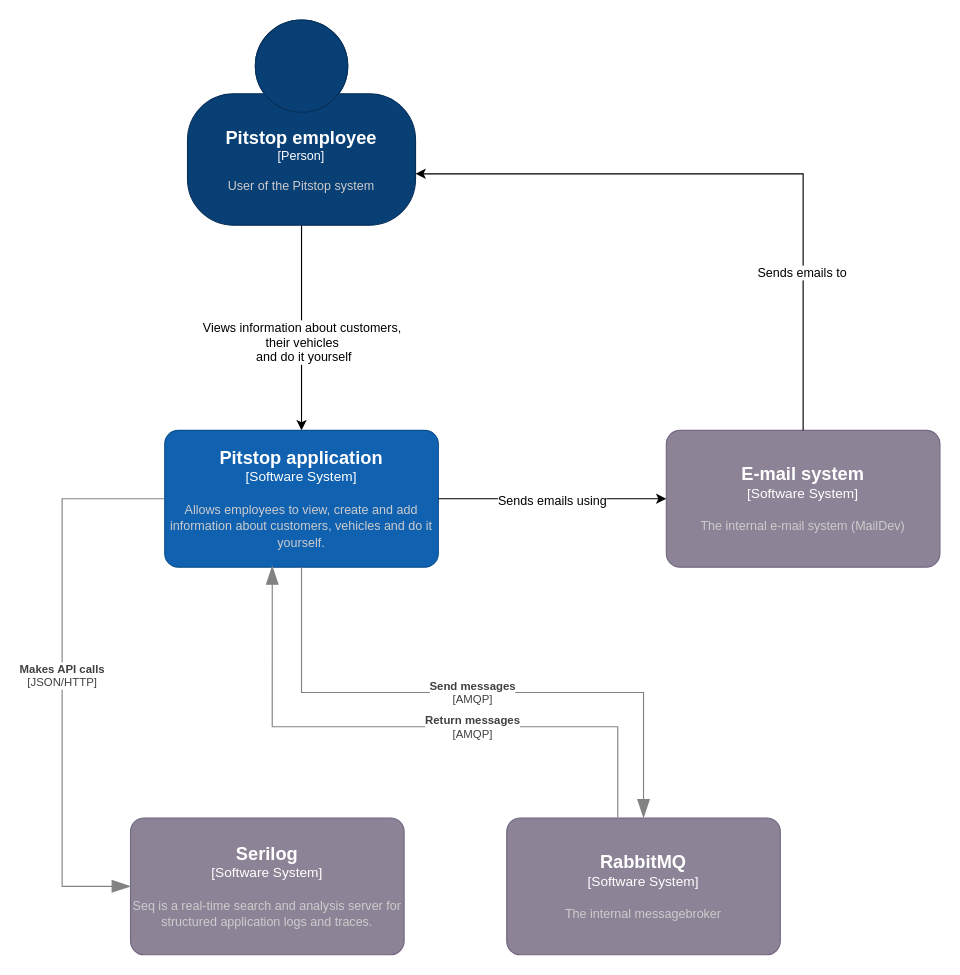
hanaim-devops/devops-bp-pitstop-uitbreiding-team-knoppert keeps this draw.io diagram as c4/c4-pitstop.drawio. Above is the earlier version. Source tidied: cells renumbered, new cells numbered last; positions are measured from the earlier drawing's top-left corner, leaving out a move shared by most shapes. Both pictures are drawn from the tidied source at 114%, with x=0, y=0 at pixel (62, 19).
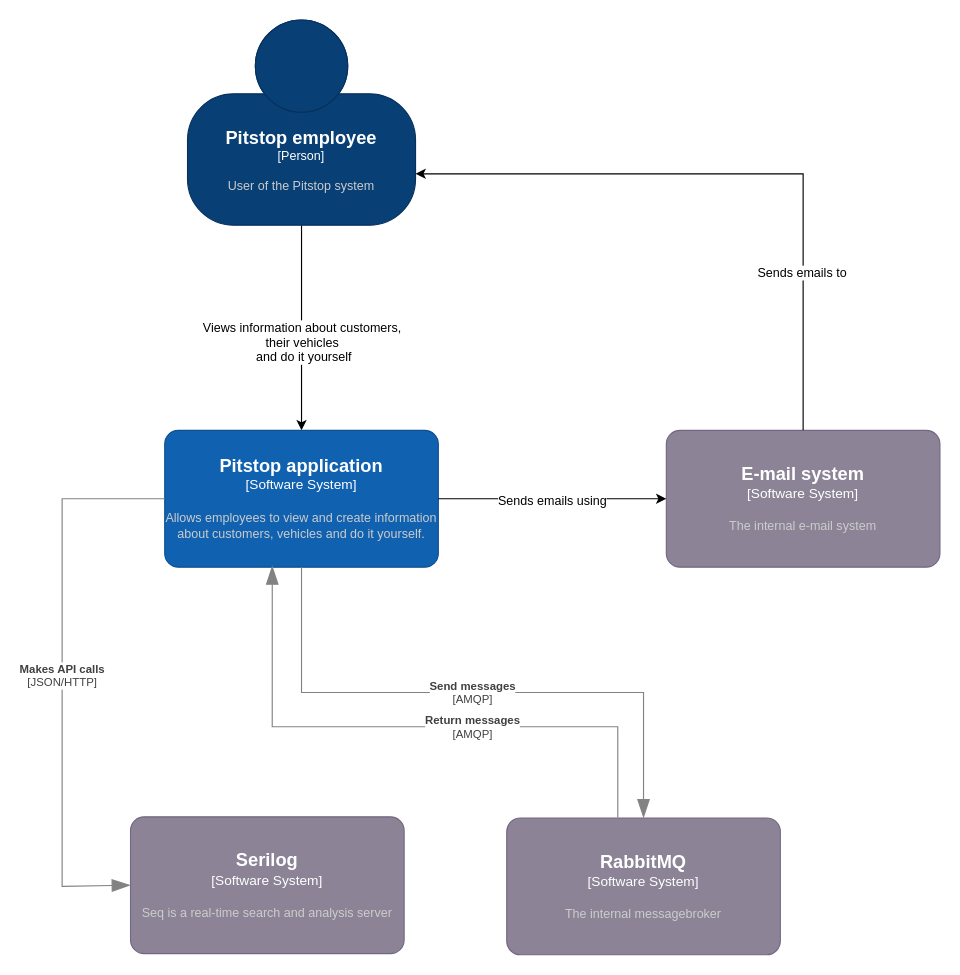
Above is the later version.

The edit, as a diff of the source:
```diff
@@
-    <object id="5" label="&lt;font style=&quot;font-size: 16px&quot;&gt;&lt;b&gt;%c4Name%&lt;/b&gt;&lt;/font&gt;&lt;div&gt;[%c4Type%]&lt;/div&gt;&lt;br&gt;&lt;div&gt;&lt;font style=&quot;font-size: 11px&quot;&gt;&lt;font color=&quot;#cccccc&quot;&gt;%c4Description%&lt;/font&gt;&lt;/div&gt;" c4Description="The internal e-mail system (MailDev)" c4Name="E-mail system" c4Type="Software System" placeholders="1">
+    <object id="5" label="&lt;font style=&quot;font-size: 16px&quot;&gt;&lt;b&gt;%c4Name%&lt;/b&gt;&lt;/font&gt;&lt;div&gt;[%c4Type%]&lt;/div&gt;&lt;br&gt;&lt;div&gt;&lt;font style=&quot;font-size: 11px&quot;&gt;&lt;font color=&quot;#cccccc&quot;&gt;%c4Description%&lt;/font&gt;&lt;/div&gt;" c4Description="The internal e-mail system" c4Name="E-mail system" c4Type="Software System" placeholders="1">
       <mxCell style="rounded=1;whiteSpace=wrap;html=1;labelBackgroundColor=none;fillColor=#8C8496;fontColor=#ffffff;align=center;arcSize=10;strokeColor=#736782;points=[[0.25,0,0],[0.5,0,0],[0.75,0,0],[1,0.25,0],[1,0.5,0],[1,0.75,0],[0.75,1,0],[0.5,1,0],[0.25,1,0],[0,0.75,0],[0,0.5,0],[0,0.25,0]];" parent="1" vertex="1">
         <mxGeometry x="530" y="360" width="240" height="120" as="geometry" />
       </mxCell>
     </object>
-    <object id="6" label="&lt;font style=&quot;font-size: 16px&quot;&gt;&lt;b&gt;%c4Name%&lt;/b&gt;&lt;/font&gt;&lt;div&gt;[%c4Type%]&lt;/div&gt;&lt;br&gt;&lt;div&gt;&lt;font style=&quot;font-size: 11px&quot;&gt;&lt;font color=&quot;#cccccc&quot;&gt;%c4Description%&lt;/font&gt;&lt;/div&gt;" c4Description="Allows employees to view, create and add information about customers, vehicles and do it yourself." c4Name="Pitstop application" c4Type="Software System" placeholders="1">
+    <object id="6" label="&lt;font style=&quot;font-size: 16px&quot;&gt;&lt;b&gt;%c4Name%&lt;/b&gt;&lt;/font&gt;&lt;div&gt;[%c4Type%]&lt;/div&gt;&lt;br&gt;&lt;div&gt;&lt;font style=&quot;font-size: 11px&quot;&gt;&lt;font color=&quot;#cccccc&quot;&gt;%c4Description%&lt;/font&gt;&lt;/div&gt;" c4Description="Allows employees to view and create  information about customers, vehicles and do it yourself." c4Name="Pitstop application" c4Type="Software System" placeholders="1">
       <mxCell style="rounded=1;whiteSpace=wrap;html=1;labelBackgroundColor=none;fillColor=#1061B0;fontColor=#ffffff;align=center;arcSize=10;strokeColor=#0D5091;points=[[0.25,0,0],[0.5,0,0],[0.75,0,0],[1,0.25,0],[1,0.5,0],[1,0.75,0],[0.75,1,0],[0.5,1,0],[0.25,1,0],[0,0.75,0],[0,0.5,0],[0,0.25,0]];" parent="1" vertex="1">
         <mxGeometry x="90" y="360" width="240" height="120" as="geometry" />
       </mxCell>
     </object>
@@
-    <object id="11" label="&lt;font style=&quot;font-size: 16px&quot;&gt;&lt;b&gt;%c4Name%&lt;/b&gt;&lt;/font&gt;&lt;div&gt;[%c4Type%]&lt;/div&gt;&lt;br&gt;&lt;div&gt;&lt;font style=&quot;font-size: 11px&quot;&gt;&lt;font color=&quot;#cccccc&quot;&gt;%c4Description%&lt;/font&gt;&lt;/div&gt;" c4Description="Seq is a real-time search and analysis server for structured application logs and traces." c4Name="Serilog" c4Type="Software System" placeholders="1">
+    <object id="11" label="&lt;font style=&quot;font-size: 16px&quot;&gt;&lt;b&gt;%c4Name%&lt;/b&gt;&lt;/font&gt;&lt;div&gt;[%c4Type%]&lt;/div&gt;&lt;br&gt;&lt;div&gt;&lt;font style=&quot;font-size: 11px&quot;&gt;&lt;font color=&quot;#cccccc&quot;&gt;%c4Description%&lt;/font&gt;&lt;/div&gt;" c4Description="Seq is a real-time search and analysis server" c4Name="Serilog" c4Type="Software System" placeholders="1">
       <mxCell style="rounded=1;whiteSpace=wrap;html=1;labelBackgroundColor=none;fillColor=#8C8496;fontColor=#ffffff;align=center;arcSize=10;strokeColor=#736782;points=[[0.25,0,0],[0.5,0,0],[0.75,0,0],[1,0.25,0],[1,0.5,0],[1,0.75,0],[0.75,1,0],[0.5,1,0],[0.25,1,0],[0,0.75,0],[0,0.5,0],[0,0.25,0]];" parent="1" vertex="1">
-        <mxGeometry x="60" y="700" width="240" height="120" as="geometry" />
+        <mxGeometry x="60" y="699" width="240" height="120" as="geometry" />
       </mxCell>
     </object>
```
